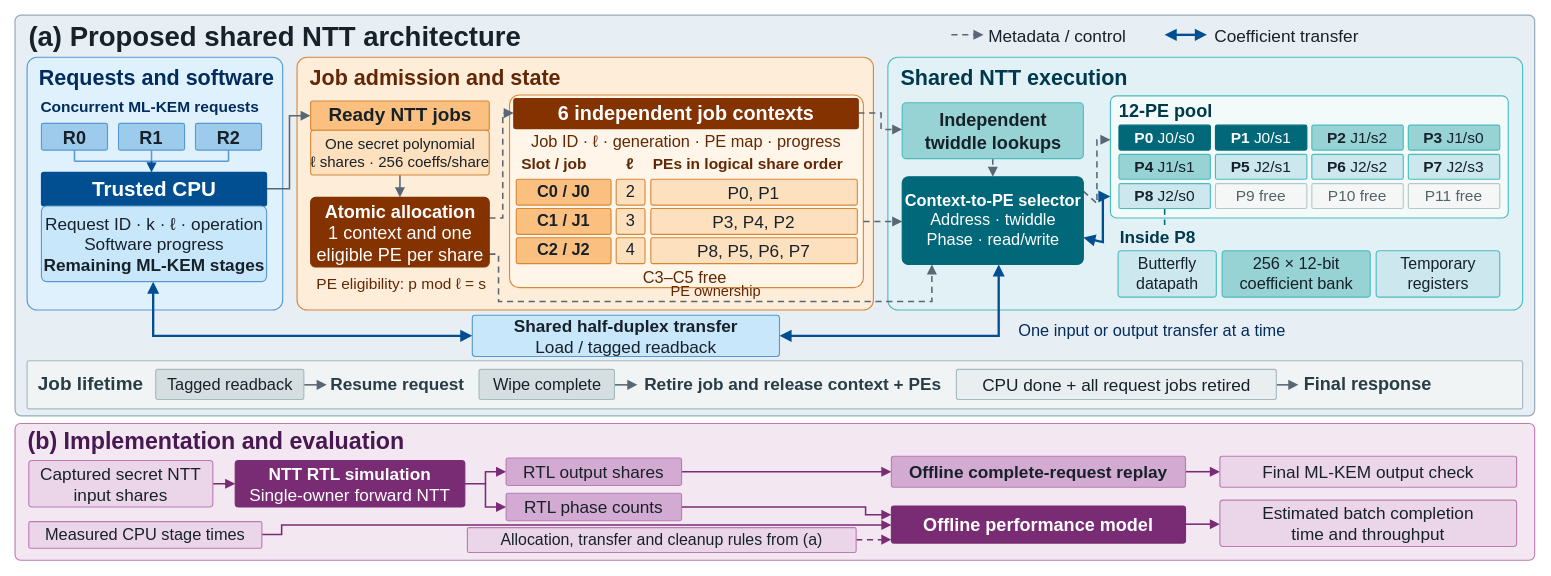
This is all/DAC2026/MaskVirt_fig2.drawio from ZKY6662017/iodraw-files, a draw.io file, before an edit. Source tidied: cells renumbered, new cells numbered last; positions are measured from the earlier drawing's top-left corner, leaving out a move shared by most shapes. Both pictures are drawn from the tidied source at 86%, with x=0, y=0 at pixel (15, 15).
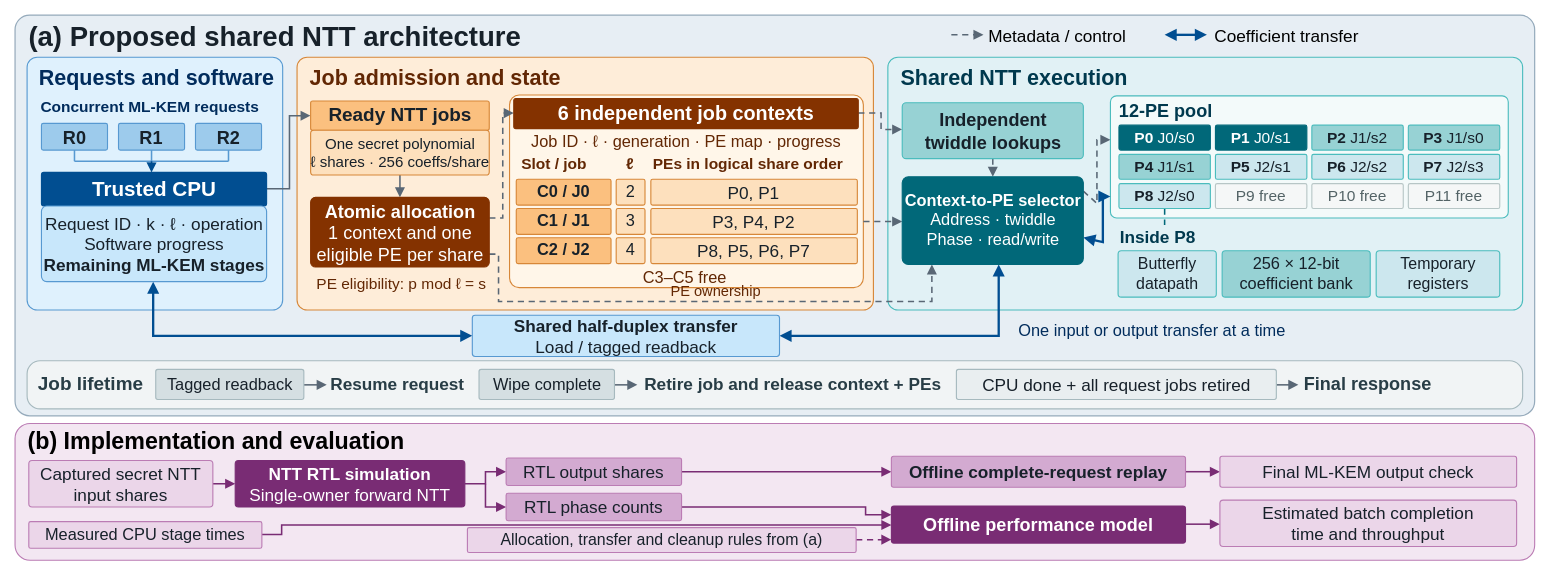
After the change.

What changed in the source:
```diff
@@
-    <mxCell id="2" style="rounded=1;absoluteArcSize=1;arcSize=14;whiteSpace=wrap;html=1;fillColor=#E7EEF4;strokeColor=#95AABB;strokeWidth=1.4;shadow=0;" parent="1" vertex="1">
+    <mxCell id="2" style="rounded=1;absoluteArcSize=1;arcSize=34;whiteSpace=wrap;html=1;fillColor=#E7EEF4;strokeColor=#95AABB;strokeWidth=1.4;shadow=0;" parent="1" vertex="1">
       <mxGeometry width="1767" height="466" as="geometry" />
     </mxCell>
@@
-    <mxCell id="7" style="html=1;whiteSpace=wrap;align=center;verticalAlign=middle;fontFamily=Helvetica;fontSize=22;fontColor=#17212A;spacing=1;fillColor=#F1F4F5;strokeColor=#A6B9BE;strokeWidth=1.3;rounded=1;arcSize=4;" parent="1" vertex="1">
+    <mxCell id="7" style="html=1;whiteSpace=wrap;align=center;verticalAlign=middle;fontFamily=Helvetica;fontSize=22;fontColor=#17212A;spacing=1;fillColor=#F1F4F5;strokeColor=#A6B9BE;strokeWidth=1.3;rounded=1;arcSize=27;" parent="1" vertex="1">
       <mxGeometry x="14" y="402" width="1739" height="56" as="geometry" />
     </mxCell>
-    <mxCell id="8" style="html=1;whiteSpace=wrap;align=center;verticalAlign=middle;fontFamily=Helvetica;fontSize=22;fontColor=#17212A;spacing=1;fillColor=#F3E7F2;strokeColor=#BB7CB4;strokeWidth=1.3;rounded=1;arcSize=4;" parent="1" vertex="1">
+    <mxCell id="8" style="html=1;whiteSpace=wrap;align=center;verticalAlign=middle;fontFamily=Helvetica;fontSize=22;fontColor=#17212A;spacing=1;fillColor=#F3E7F2;strokeColor=#BB7CB4;strokeWidth=1.3;rounded=1;arcSize=11;" parent="1" vertex="1">
       <mxGeometry y="475" width="1767" height="159" as="geometry" />
     </mxCell>
@@
-    <mxCell id="42" value="Metadata / control" style="html=1;whiteSpace=wrap;align=left;verticalAlign=middle;fontFamily=Helvetica;fontSize=20;fontColor=#17212A;spacing=1;fillColor=none;strokeColor=none;strokeWidth=1.3;rounded=1;arcSize=7;fontStyle=0;" parent="1" vertex="1">
+    <mxCell id="42" value="Metadata / control" style="html=1;whiteSpace=wrap;align=left;verticalAlign=middle;fontFamily=Helvetica;fontSize=20;fontColor=#000000;spacing=1;fillColor=none;strokeColor=none;strokeWidth=1.3;rounded=1;arcSize=7;fontStyle=0;" parent="1" vertex="1">
       <mxGeometry x="1131" y="9" width="187" height="29" as="geometry" />
     </mxCell>
-    <mxCell id="43" value="Coefficient transfer" style="html=1;whiteSpace=wrap;align=left;verticalAlign=middle;fontFamily=Helvetica;fontSize=20;fontColor=#17212A;spacing=1;fillColor=none;strokeColor=none;strokeWidth=1.3;rounded=1;arcSize=7;fontStyle=0;" parent="1" vertex="1">
+    <mxCell id="43" value="Coefficient transfer" style="html=1;whiteSpace=wrap;align=left;verticalAlign=middle;fontFamily=Helvetica;fontSize=20;fontColor=#000000;spacing=1;fillColor=none;strokeColor=none;strokeWidth=1.3;rounded=1;arcSize=7;fontStyle=0;" parent="1" vertex="1">
       <mxGeometry x="1393.8" y="9" width="287.4" height="29" as="geometry" />
     </mxCell>
@@
-    <mxCell id="101" value="(b)  Implementation and evaluation" style="html=1;whiteSpace=wrap;align=left;verticalAlign=middle;fontFamily=Helvetica;fontSize=27;fontColor=#481951;spacing=1;fillColor=none;strokeColor=none;strokeWidth=1.3;rounded=1;arcSize=7;fontStyle=1;" parent="1" vertex="1">
+    <mxCell id="101" value="(b)  Implementation and evaluation" style="html=1;whiteSpace=wrap;align=left;verticalAlign=middle;fontFamily=Helvetica;fontSize=27;fontColor=#000000;spacing=1;fillColor=none;strokeColor=none;strokeWidth=1.3;rounded=1;arcSize=7;fontStyle=1;" parent="1" vertex="1">
       <mxGeometry x="14" y="479" width="1005" height="33" as="geometry" />
     </mxCell>
```
